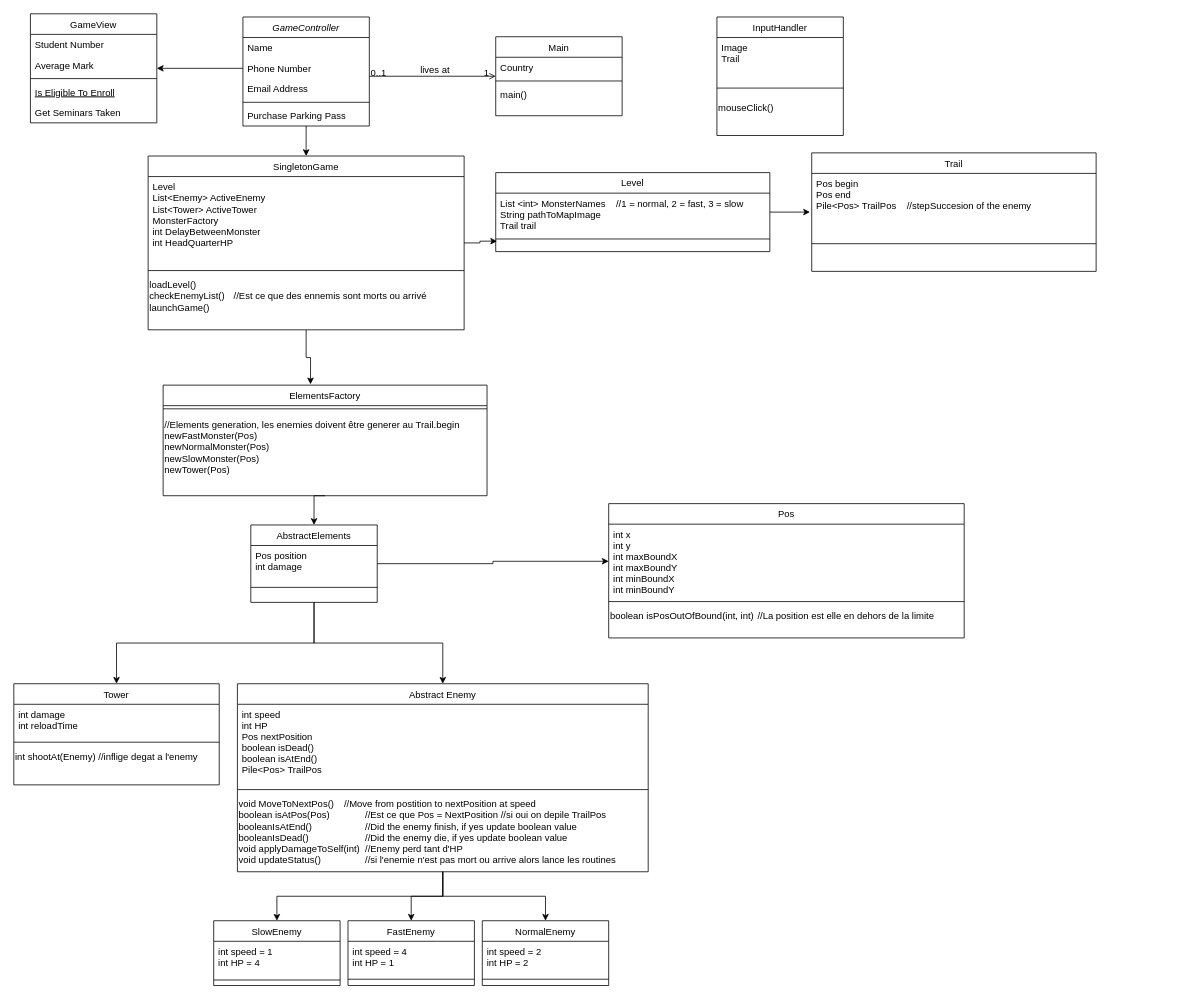
Above: Doc/Diagramme sans nom.drawio in TalbiCome/TowerDefense (draw.io), before the change. Source tidied: cells renumbered, new cells numbered last; positions are measured from the earlier drawing's top-left corner, leaving out a move shared by most shapes. Both pictures are drawn from the tidied source at 79%, with x=0, y=0 at pixel (13, 13).
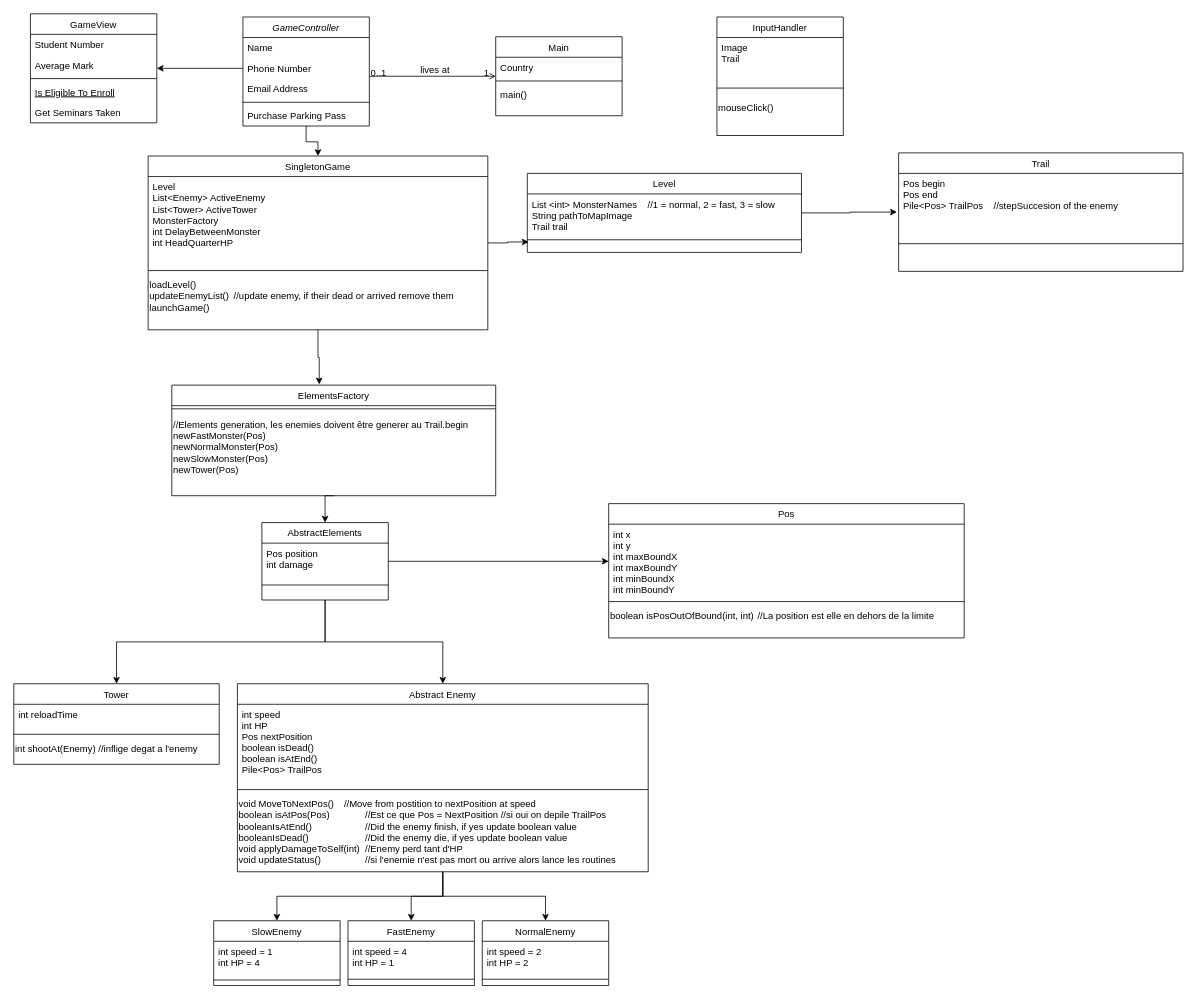
After the change.

Commit message (it also covers changes not shown here):
Mettre à jour Diagramme sans nom.drawio

Diff of the diagram source:
```diff
@@
     <mxCell id="15" value="SingletonGame" style="swimlane;fontStyle=0;align=center;verticalAlign=top;horizontal=1;startSize=26;rounded=0;shadow=0;strokeWidth=1;" parent="1" vertex="1">
-      <mxGeometry x="170" y="180" width="400" height="220" as="geometry" />
+      <mxGeometry x="170" y="180" width="430" height="220" as="geometry" />
     </mxCell>
     <mxCell id="16" value="Level&#10;List&lt;Enemy&gt; ActiveEnemy&#10;List&lt;Tower&gt; ActiveTower&#10;MonsterFactory&#10;int DelayBetweenMonster&#10;int HeadQuarterHP" style="text;align=left;verticalAlign=top;spacingLeft=4;spacingRight=4;overflow=hidden;" parent="15" vertex="1">
-      <mxGeometry y="26" width="400" height="114" as="geometry" />
+      <mxGeometry y="26" width="430" height="114" as="geometry" />
     </mxCell>
     <mxCell id="17" style="line;html=1;strokeWidth=1;align=left;verticalAlign=middle;spacingTop=-1;spacingLeft=3;spacingRight=3;labelPosition=right;" parent="15" vertex="1">
-      <mxGeometry y="140" width="400" height="10" as="geometry" />
+      <mxGeometry y="140" width="430" height="10" as="geometry" />
     </mxCell>
-    <mxCell id="18" value="&lt;div align=&quot;left&quot;&gt;loadLevel()&lt;/div&gt;&lt;div&gt;checkEnemyList()&lt;span style=&quot;white-space: pre;&quot;&gt;&#9;&lt;/span&gt;//Est ce que des ennemis sont morts ou arrivé&lt;br&gt;&lt;/div&gt;&lt;div&gt;launchGame()&lt;/div&gt;&lt;div&gt;&lt;br&gt;&lt;/div&gt;" style="text;html=1;align=left;verticalAlign=middle;strokeColor=none;fillColor=none;" parent="15" vertex="1">
-      <mxGeometry y="150" width="400" height="70" as="geometry" />
+    <mxCell id="18" value="&lt;div align=&quot;left&quot;&gt;loadLevel()&lt;/div&gt;&lt;div&gt;updateEnemyList()&lt;span style=&quot;white-space: pre;&quot;&gt;&#9;&lt;/span&gt;//update enemy, if their dead or arrived remove them&lt;br&gt;&lt;/div&gt;&lt;div&gt;launchGame()&lt;/div&gt;&lt;div&gt;&lt;br&gt;&lt;/div&gt;" style="text;html=1;align=left;verticalAlign=middle;strokeColor=none;fillColor=none;" parent="15" vertex="1">
+      <mxGeometry y="150" width="430" height="70" as="geometry" />
     </mxCell>
@@
     <mxCell id="27" value="Tower" style="swimlane;fontStyle=0;align=center;verticalAlign=top;horizontal=1;startSize=26;rounded=0;shadow=0;strokeWidth=1;" parent="1" vertex="1">
-      <mxGeometry y="848" width="260" height="128" as="geometry" />
+      <mxGeometry y="848" width="260" height="102" as="geometry" />
     </mxCell>
-    <mxCell id="28" value="int damage&#10;int reloadTime" style="text;align=left;verticalAlign=top;spacingLeft=4;spacingRight=4;overflow=hidden;" parent="27" vertex="1">
-      <mxGeometry y="26" width="260" height="44" as="geometry" />
+    <mxCell id="28" value="int reloadTime" style="text;align=left;verticalAlign=top;spacingLeft=4;spacingRight=4;overflow=hidden;" parent="27" vertex="1">
+      <mxGeometry y="26" width="260" height="34" as="geometry" />
     </mxCell>
     <mxCell id="29" style="line;html=1;strokeWidth=1;align=left;verticalAlign=middle;spacingTop=-1;spacingLeft=3;spacingRight=3;labelPosition=right;" parent="27" vertex="1">
-      <mxGeometry y="70" width="260" height="8" as="geometry" />
+      <mxGeometry y="60" width="260" height="8" as="geometry" />
     </mxCell>
     <mxCell id="30" value="&lt;div align=&quot;left&quot;&gt;int shootAt(Enemy) //inflige degat a l'enemy&lt;br&gt;&lt;/div&gt;" style="text;html=1;align=left;verticalAlign=middle;strokeColor=none;fillColor=none;" parent="27" vertex="1">
-      <mxGeometry y="78" width="260" height="30" as="geometry" />
+      <mxGeometry y="68" width="260" height="30" as="geometry" />
     </mxCell>
@@
     <mxCell id="52" value="Level" style="swimlane;fontStyle=0;align=center;verticalAlign=top;horizontal=1;startSize=26;rounded=0;shadow=0;strokeWidth=1;" parent="1" vertex="1">
-      <mxGeometry x="610" y="201" width="347" height="100" as="geometry" />
+      <mxGeometry x="650" y="202" width="347" height="100" as="geometry" />
     </mxCell>
@@
     <mxCell id="57" value="ElementsFactory" style="swimlane;fontStyle=0;align=center;verticalAlign=top;horizontal=1;startSize=26;rounded=0;shadow=0;strokeWidth=1;" parent="1" vertex="1">
-      <mxGeometry x="189" y="470" width="410" height="140" as="geometry" />
+      <mxGeometry x="200" y="470" width="410" height="140" as="geometry" />
     </mxCell>
@@
     <mxCell id="60" value="Trail" style="swimlane;fontStyle=0;align=center;verticalAlign=top;horizontal=1;startSize=26;rounded=0;shadow=0;strokeWidth=1;" parent="1" vertex="1">
-      <mxGeometry x="1010" y="176" width="360" height="150" as="geometry" />
+      <mxGeometry x="1120" y="176" width="360" height="150" as="geometry" />
     </mxCell>
@@
     <mxCell id="71" value="AbstractElements" style="swimlane;fontStyle=0;align=center;verticalAlign=top;horizontal=1;startSize=26;rounded=0;shadow=0;strokeWidth=1;" parent="1" vertex="1">
-      <mxGeometry x="300" y="647" width="160" height="98" as="geometry" />
+      <mxGeometry x="314" y="644" width="160" height="98" as="geometry" />
     </mxCell>
```
